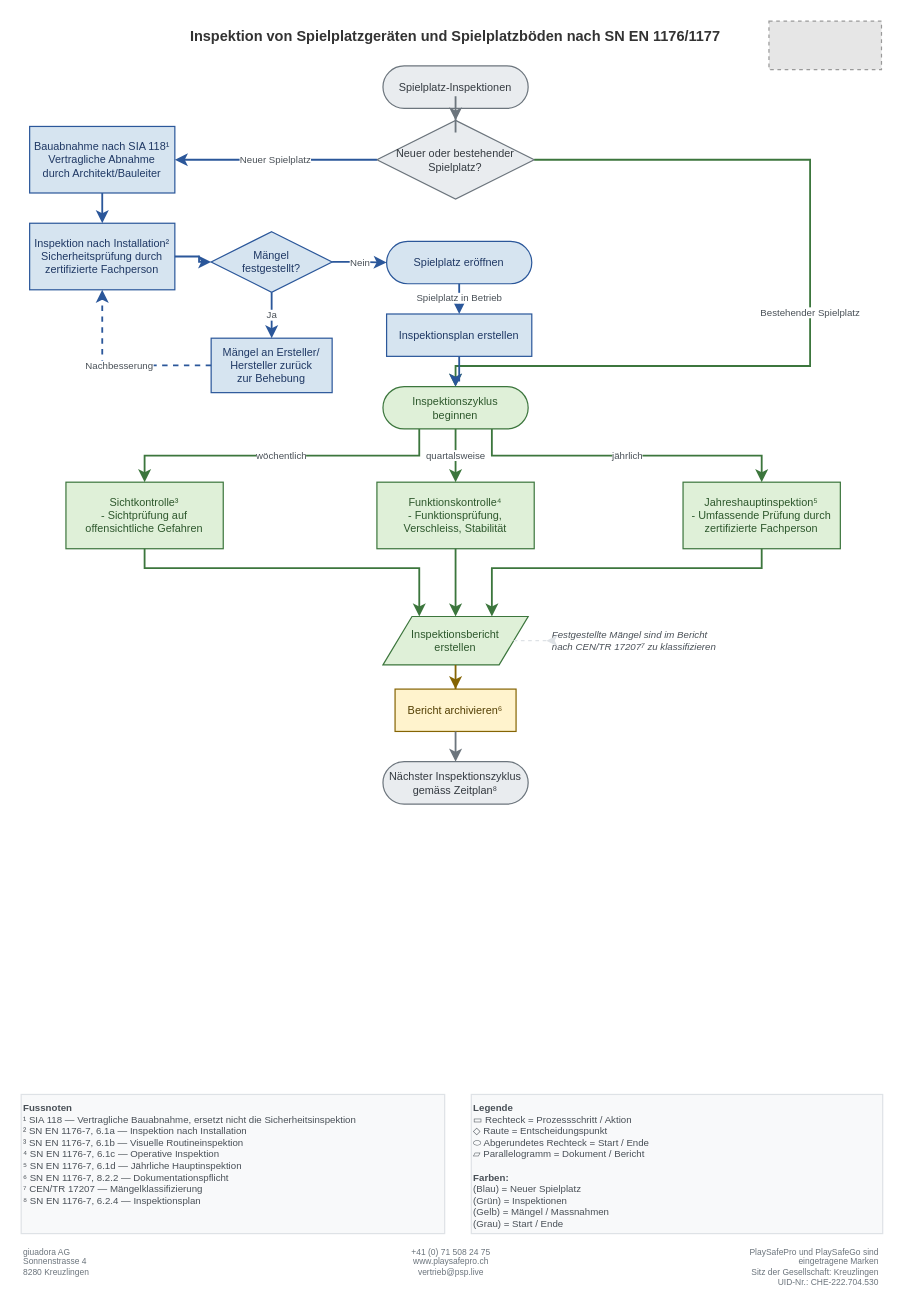
Before: Inspektion-von-Spielplatzgeraeten-und-Spielplatzboeden/Spielplatzinspektionen.drawio in giuadora/ch.playsafepro.flowcharts, a draw.io diagram. Source tidied: cells renumbered, new cells numbered last; positions are measured from the earlier drawing's top-left corner, leaving out a move shared by most shapes. Both pictures are drawn from the tidied source at 121%, with x=0, y=0 at pixel (21, 21). Pictures stored in the file or linked from it are replaced by grey dashed boxes.
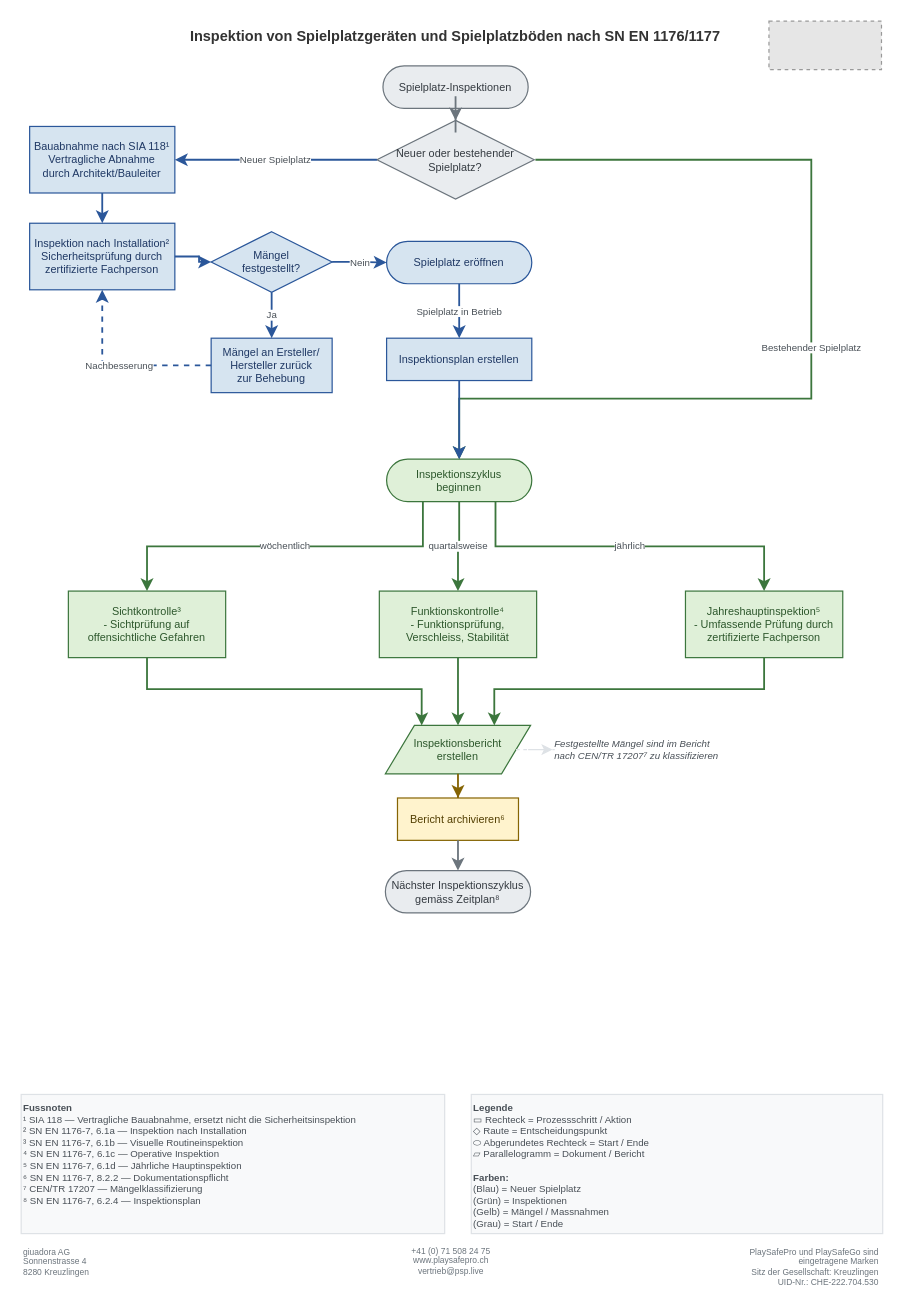
Above is the later version.

Commit message (it also covers changes not shown here):
fix(06-02): sync SVG/PDF with manual draw.io layout adjustments

Updated SVG node positions and edge paths to match user's manual
draw.io repositioning (IPLAN y=300, E00 y=400, E01-E03 y=509,
E04 y=620, P01 y=680, END y=740). Regenerated PDF (single A4 page).

Unchanged cells that the change refers to:
```xml
<mxCell id="8" value="Neuer oder bestehender&lt;br&gt;Spielplatz?" style="rhombus;whiteSpace=wrap;html=1;fillColor=#E9ECEF;strokeColor=#6C757D;fontColor=#343A40;fontSize=9;fontFamily=Helvetica;" parent="1" vertex="1">
  <mxGeometry x="294" y="82" width="130" height="65" as="geometry" />
</mxCell>
```

Change to the diagram source:
```diff
@@
-    <mxCell id="5" value="+41 (0) 71 508 24 75&lt;br&gt;www.playsafepro.ch&lt;br&gt;vertrieb@psp.live" style="text;html=1;align=center;verticalAlign=top;whiteSpace=wrap;fontSize=7;fontFamily=Helvetica;fontColor=#6C757D;" parent="1" vertex="1">
+    <mxCell id="5" value="+41 (0) 71 508 24 75&lt;br&gt;www.playsafepro.ch&lt;br&gt;vertrieb@psp.live" style="text;html=1;align=center;verticalAlign=middle;whiteSpace=wrap;fontSize=7;fontFamily=Helvetica;fontColor=#6C757D;labelPosition=center;verticalLabelPosition=middle;" parent="1" vertex="1">
       <mxGeometry x="237" y="1007" width="237" height="35" as="geometry" />
     </mxCell>
@@
     <mxCell id="14" value="Inspektionsplan erstellen" style="rounded=0;whiteSpace=wrap;html=1;fillColor=#D6E4F0;strokeColor=#2B579A;fontColor=#1F3864;fontSize=9;fontFamily=Helvetica;align=center;" parent="1" vertex="1">
-      <mxGeometry x="302" y="242" width="120" height="35" as="geometry" />
+      <mxGeometry x="302" y="262" width="120" height="35" as="geometry" />
     </mxCell>
     <mxCell id="15" value="Inspektionszyklus&lt;br&gt;beginnen" style="rounded=1;whiteSpace=wrap;html=1;fillColor=#DFF0D8;strokeColor=#3C763D;fontColor=#2D572C;fontSize=9;fontFamily=Helvetica;arcSize=50;" parent="1" vertex="1">
-      <mxGeometry x="299" y="302" width="120" height="35" as="geometry" />
+      <mxGeometry x="302" y="362" width="120" height="35" as="geometry" />
     </mxCell>
     <mxCell id="16" value="Sichtkontrolle³&lt;br&gt;- Sichtprüfung auf&lt;br&gt;offensichtliche Gefahren" style="rounded=0;whiteSpace=wrap;html=1;fillColor=#DFF0D8;strokeColor=#3C763D;fontColor=#2D572C;fontSize=9;fontFamily=Helvetica;align=center;" parent="1" vertex="1">
-      <mxGeometry x="37" y="381" width="130" height="55" as="geometry" />
+      <mxGeometry x="39" y="471" width="130" height="55" as="geometry" />
     </mxCell>
     <mxCell id="17" value="Funktionskontrolle⁴&lt;br&gt;- Funktionsprüfung,&lt;br&gt;Verschleiss, Stabilität" style="rounded=0;whiteSpace=wrap;html=1;fillColor=#DFF0D8;strokeColor=#3C763D;fontColor=#2D572C;fontSize=9;fontFamily=Helvetica;align=center;" parent="1" vertex="1">
-      <mxGeometry x="294" y="381" width="130" height="55" as="geometry" />
+      <mxGeometry x="296" y="471" width="130" height="55" as="geometry" />
     </mxCell>
     <mxCell id="18" value="Jahreshauptinspektion⁵&lt;br&gt;- Umfassende Prüfung durch&lt;br&gt;zertifizierte Fachperson" style="rounded=0;whiteSpace=wrap;html=1;fillColor=#DFF0D8;strokeColor=#3C763D;fontColor=#2D572C;fontSize=9;fontFamily=Helvetica;align=center;" parent="1" vertex="1">
-      <mxGeometry x="547" y="381" width="130" height="55" as="geometry" />
+      <mxGeometry x="549" y="471" width="130" height="55" as="geometry" />
     </mxCell>
     <mxCell id="19" value="Inspektionsbericht&lt;br&gt;erstellen" style="shape=parallelogram;perimeter=parallelogramPerimeter;whiteSpace=wrap;html=1;fillColor=#DFF0D8;strokeColor=#3C763D;fontColor=#2D572C;fontSize=9;fontFamily=Helvetica;align=center;" parent="1" vertex="1">
-      <mxGeometry x="299" y="492" width="120" height="40" as="geometry" />
+      <mxGeometry x="301" y="582" width="120" height="40" as="geometry" />
     </mxCell>
     <mxCell id="20" value="Festgestellte Mängel sind im Bericht&lt;br&gt;nach CEN/TR 17207⁷ zu klassifizieren" style="text;html=1;align=left;verticalAlign=middle;whiteSpace=wrap;fontSize=8;fontFamily=Helvetica;fontColor=#495057;fontStyle=2;" parent="1" vertex="1">
-      <mxGeometry x="437" y="497" width="240" height="30" as="geometry" />
+      <mxGeometry x="439" y="587" width="240" height="30" as="geometry" />
     </mxCell>
     <mxCell id="21" value="Bericht archivieren⁶" style="rounded=0;whiteSpace=wrap;html=1;fillColor=#FFF3CD;strokeColor=#856404;fontColor=#533F03;fontSize=9;fontFamily=Helvetica;align=center;" parent="1" vertex="1">
-      <mxGeometry x="309" y="552" width="100" height="35" as="geometry" />
+      <mxGeometry x="311" y="642" width="100" height="35" as="geometry" />
     </mxCell>
     <mxCell id="22" value="Nächster Inspektionszyklus&lt;br&gt;gemäss Zeitplan⁸" style="rounded=1;whiteSpace=wrap;html=1;fillColor=#E9ECEF;strokeColor=#6C757D;fontColor=#343A40;fontSize=9;fontFamily=Helvetica;arcSize=50;" parent="1" vertex="1">
-      <mxGeometry x="299" y="612" width="120" height="35" as="geometry" />
+      <mxGeometry x="301" y="702" width="120" height="35" as="geometry" />
     </mxCell>
@@
-    <mxCell id="27" value="Bestehender Spielplatz" style="edgeStyle=orthogonalEdgeStyle;rounded=0;jettySize=auto;html=1;strokeColor=#3C763D;strokeWidth=1.5;fontSize=8;fontFamily=Helvetica;fontColor=#495057;exitX=1;exitY=0.5;exitDx=0;exitDy=0;entryX=0.5;entryY=0;entryDx=0;entryDy=0;" parent="1" edge="1" source="8" target="15">
+    <mxCell id="27" value="Bestehender Spielplatz" style="edgeStyle=orthogonalEdgeStyle;rounded=0;jettySize=auto;html=1;strokeColor=#3C763D;strokeWidth=1.5;fontSize=8;fontFamily=Helvetica;fontColor=#495057;exitX=1;exitY=0.5;exitDx=0;exitDy=0;entryX=0.5;entryY=0;entryDx=0;entryDy=0;" parent="1" edge="1" target="15">
       <mxGeometry relative="1" as="geometry">
+        <mxPoint x="425" y="114.5" as="sourcePoint" />
         <Array as="points">
-          <mxPoint x="652" y="115" />
-          <mxPoint x="652" y="285" />
-          <mxPoint x="359" y="285" />
+          <mxPoint x="653" y="114" />
+          <mxPoint x="653" y="312" />
+          <mxPoint x="362" y="312" />
         </Array>
       </mxGeometry>
     </mxCell>
@@
-    <mxCell id="34" style="edgeStyle=orthogonalEdgeStyle;rounded=0;jettySize=auto;html=1;strokeColor=#2B579A;strokeWidth=1.5;" parent="1" edge="1" source="14" target="15">
+    <mxCell id="34" style="edgeStyle=orthogonalEdgeStyle;rounded=0;jettySize=auto;html=1;strokeColor=#2B579A;strokeWidth=1.5;entryX=0.5;entryY=0;entryDx=0;entryDy=0;" parent="1" edge="1" source="14" target="15">
       <mxGeometry relative="1" as="geometry" />
     </mxCell>
@@
     <mxCell id="38" style="edgeStyle=orthogonalEdgeStyle;rounded=0;jettySize=auto;html=1;strokeColor=#3C763D;strokeWidth=1.5;entryX=0.25;entryY=0;entryDx=0;entryDy=0;" parent="1" edge="1" source="16" target="19">
       <mxGeometry relative="1" as="geometry">
         <Array as="points">
-          <mxPoint x="102" y="452" />
-          <mxPoint x="329" y="452" />
+          <mxPoint x="104" y="552" />
+          <mxPoint x="331" y="552" />
         </Array>
       </mxGeometry>
     </mxCell>
@@
     <mxCell id="40" style="edgeStyle=orthogonalEdgeStyle;rounded=0;jettySize=auto;html=1;strokeColor=#3C763D;strokeWidth=1.5;entryX=0.75;entryY=0;entryDx=0;entryDy=0;" parent="1" edge="1" source="18" target="19">
       <mxGeometry relative="1" as="geometry">
         <Array as="points">
-          <mxPoint x="612" y="452" />
-          <mxPoint x="389" y="452" />
+          <mxPoint x="614" y="552" />
+          <mxPoint x="391" y="552" />
         </Array>
       </mxGeometry>
     </mxCell>
@@
-    <mxCell id="43" style="edgeStyle=orthogonalEdgeStyle;rounded=0;jettySize=auto;html=1;strokeColor=#DEE2E6;strokeWidth=1;dashed=1;" parent="1" edge="1" source="19">
-      <mxGeometry relative="1" as="geometry">
-        <mxPoint x="434" y="512" as="targetPoint" />
-      </mxGeometry>
+    <mxCell id="43" style="edgeStyle=orthogonalEdgeStyle;rounded=0;jettySize=auto;html=1;strokeColor=#DEE2E6;strokeWidth=1;dashed=1;entryX=0;entryY=0.5;entryDx=0;entryDy=0;" parent="1" edge="1" source="19" target="20">
+      <mxGeometry relative="1" as="geometry" />
     </mxCell>
```
